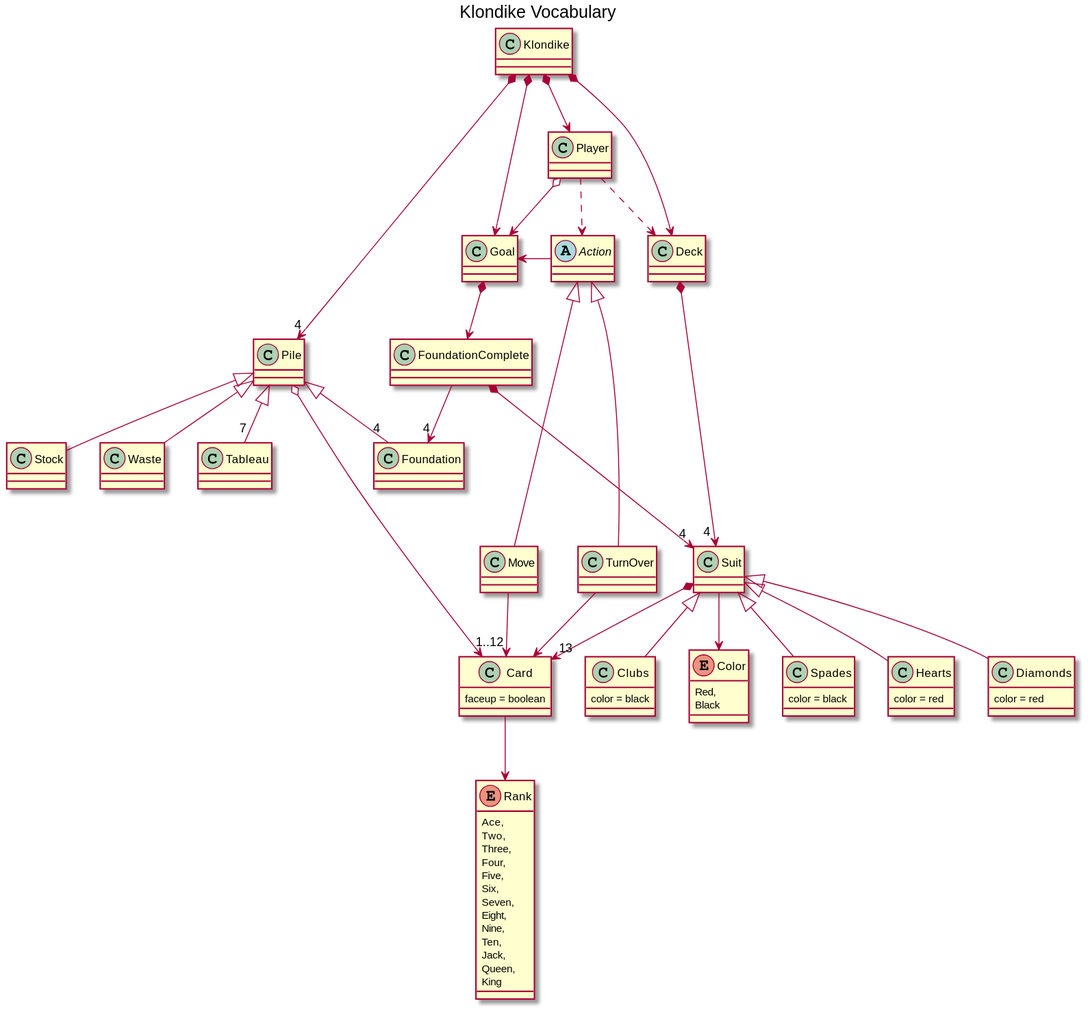
The PlantUML diagram tech-plantuml/game-klondike/semanaActual/docs/images/klondike--vocabulary.svg in USantaTecla-ed-mpds/lab-boole, before a commit. The source it was exported from:
```plantuml
@startuml klondike--vocabulary

title Klondike Vocabulary

class Klondike
class Player

class Pile
    class Stock
    class Waste
    class Foundation
    class Tableau

class Deck

class Card {
    faceup = boolean
}
enum Rank {
    Ace,
    Two,
    Three,
    Four,
    Five,
    Six,
    Seven,
    Eight,
    Nine,
    Ten,
    Jack,
    Queen,
    King
}

class Suit
    class Spades
    class Hearts
    class Diamonds
    class Clubs

enum Color {
    Red,
    Black
}

abstract Action
    class Move
    class TurnOver

class Goal

class Spades {
    color = black
}

class Clubs {
    color = black
}

class Diamonds {
    color = red
}

class Hearts {
    color = red
}



Klondike *--> Player
Klondike *--> "4" Pile
Klondike *--> Deck
Klondike *--> Goal

Player ..> Action
Player o--> Goal
Player ..> Deck
Goal *--> FoundationComplete
FoundationComplete --> "4" Foundation
FoundationComplete *---> "4" Suit

Action -left-> Goal
Action <|-down-- Move
Action <|-down-- TurnOver
Move --> "1..12" Card
TurnOver --> Card

Pile o--> Card
Pile <|-down- Stock
Pile <|-down- Waste
Pile <|-down- "4" Foundation
Pile <|-down- "7" Tableau

Deck *---> "4 " Suit
Suit *--> "13" Card
Card --> Rank

Suit --> Color
Suit <|-- Hearts
Suit <|-- Spades
Suit <|-- Diamonds
Suit <|-- Clubs



@enduml
```
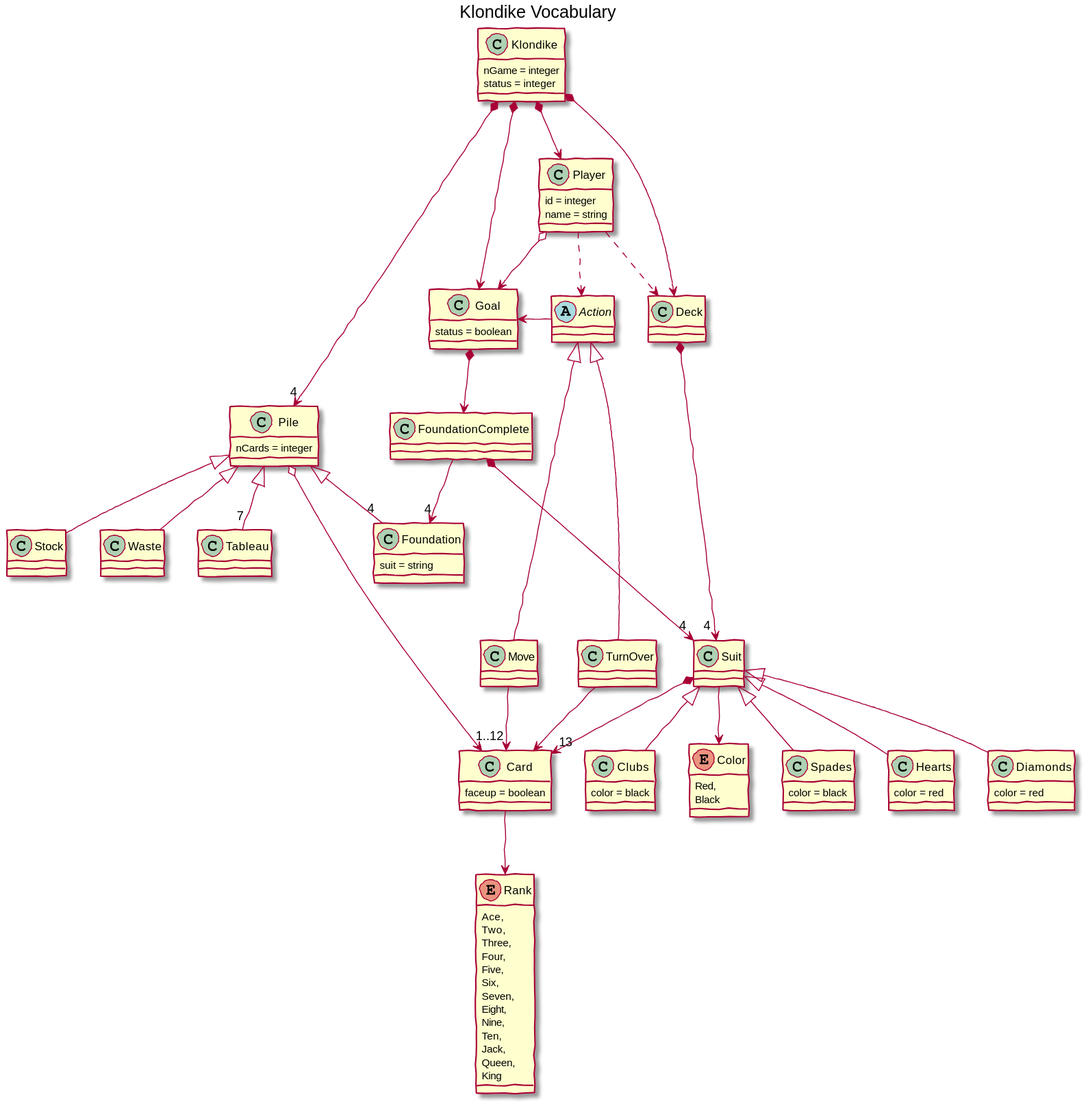
After the commit.

Commit message:
Klondike: Update Domain diagrams. Vocabulary, Initial & Final State, and Instructions

The edit, as a diff of the source:
```diff
@@ -1,14 +1,25 @@
 @startuml klondike--vocabulary
+skinparam handwritten true
 
 title Klondike Vocabulary
 
-class Klondike
-class Player
+class Klondike {
+    nGame = integer
+    status = integer
+}
+class Player {
+    id = integer
+    name = string
+}
 
-class Pile
+class Pile {
+    nCards = integer
+}
     class Stock
     class Waste
-    class Foundation
+    class Foundation {
+        suit = string
+    }
     class Tableau
 
 class Deck
@@ -47,7 +58,9 @@
     class Move
     class TurnOver
 
-class Goal
+class Goal {
+    status = boolean
+}
 
 class Spades {
     color = black
```
